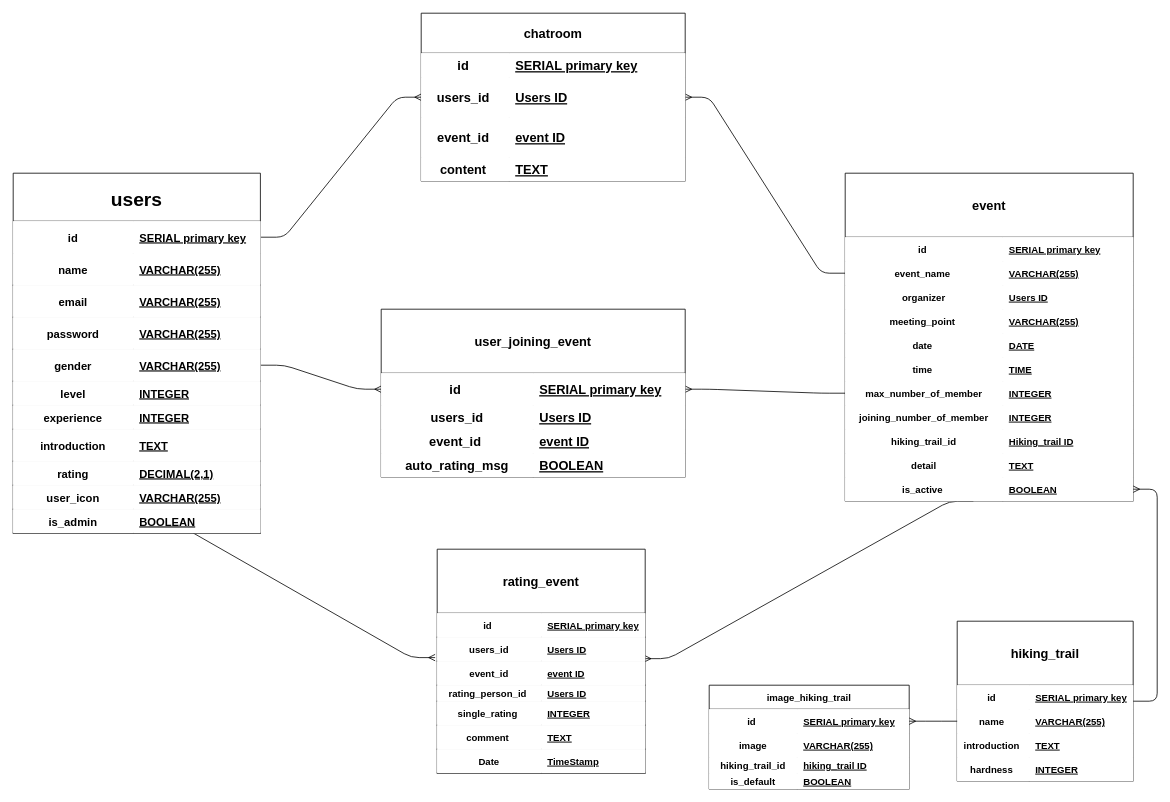
The draw.io diagram ERD/ERD.drawio in timven2004/letsHike, before the edit. Source tidied: cells renumbered, new cells numbered last; positions are measured from the earlier drawing's top-left corner, leaving out a move shared by most shapes. Both pictures are drawn from the tidied source at 80%, with x=0, y=0 at pixel (13, 13).
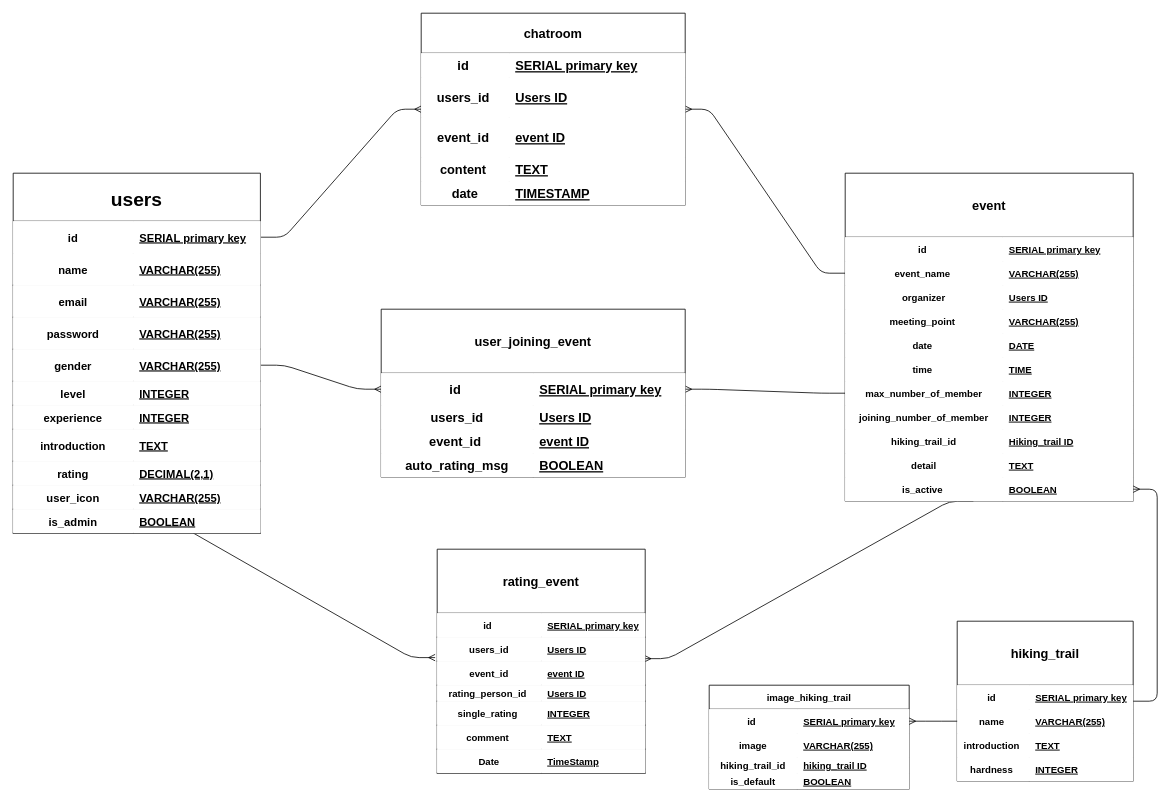
The same diagram, later.

Diff of the diagram source:
```diff
@@
     <mxCell id="42" value="chatroom" style="shape=table;startSize=50;childLayout=tableLayout;rowLines=0;fontStyle=1;align=center;strokeColor=#000000;gradientColor=none;fontSize=16;" parent="1" vertex="1">
-      <mxGeometry x="510" width="330" height="210" as="geometry" />
+      <mxGeometry x="510" width="330" height="240" as="geometry" />
     </mxCell>
@@
+    <mxCell id="152" style="shape=partialRectangle;top=0;left=0;bottom=0;right=0;fontSize=16;" parent="42" vertex="1">
+      <mxGeometry y="210" width="330" height="30" as="geometry" />
+    </mxCell>
+    <mxCell id="153" value="date" style="shape=partialRectangle;top=0;left=0;bottom=0;right=0;fontStyle=1;overflow=hidden;fontSize=16;" parent="152" vertex="1">
+      <mxGeometry width="110" height="30" as="geometry" />
+    </mxCell>
+    <mxCell id="154" value="TIMESTAMP" style="shape=partialRectangle;top=0;left=0;bottom=0;right=0;align=left;spacingLeft=6;fontStyle=5;overflow=hidden;fontSize=16;" parent="152" vertex="1">
+      <mxGeometry x="110" width="220" height="30" as="geometry" />
+    </mxCell>
```
